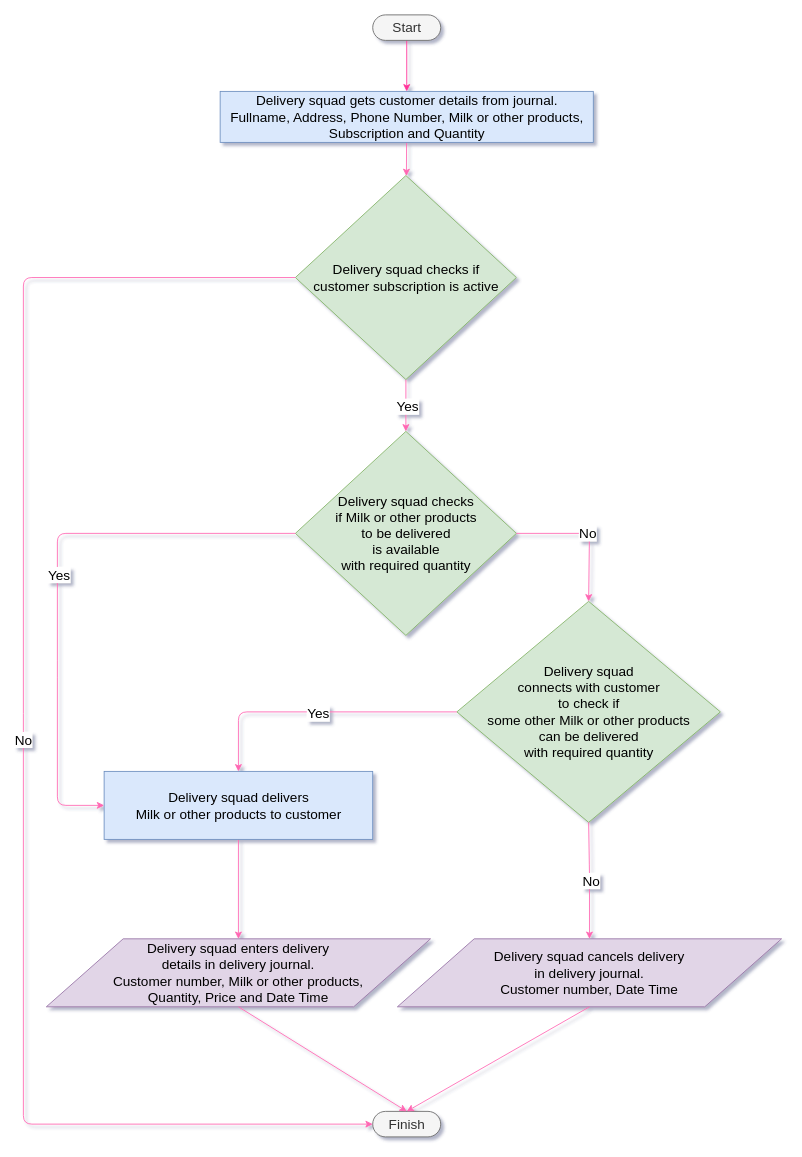
The draw.io diagram docs/diagram/delivery_process.drawio in dudhwalas/dudhwala, before the edit. Source tidied: cells renumbered, new cells numbered last; positions are measured from the earlier drawing's top-left corner, leaving out a move shared by most shapes. Both pictures are drawn from the tidied source at 85%, with x=0, y=0 at pixel (23, 14).
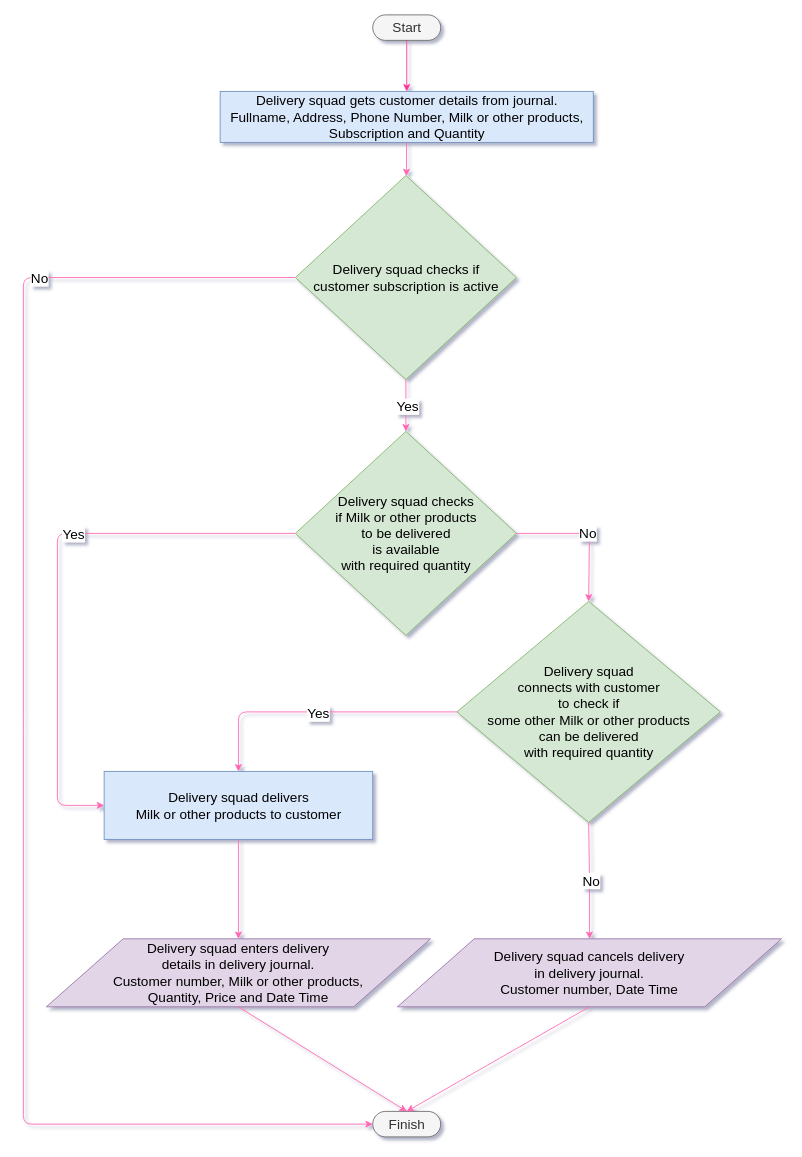
After the change.

Commit message (it also covers changes not shown here):
Aligned decision yes/no text

The change refers to these unchanged cells:
```xml
<mxCell id="6" value="&lt;span class=&quot;nodeLabel&quot; style=&quot;font-size: 16px;&quot;&gt;Delivery squad checks if &lt;br style=&quot;font-size: 16px;&quot;&gt;customer subscription is active&lt;/span&gt;" style="shape=rhombus;html=1;dashed=0;whitespace=wrap;perimeter=rhombusPerimeter;fillColor=#d5e8d4;strokeColor=#82b366;fontSize=16;" parent="1" vertex="1">
  <mxGeometry x="320" y="189" width="260" height="240" as="geometry" />
</mxCell>
<mxCell id="10" value="Finish" style="html=1;dashed=0;whitespace=wrap;shape=mxgraph.dfd.start;fillColor=#f5f5f5;fontColor=#333333;strokeColor=#666666;fontSize=16;" parent="1" vertex="1">
  <mxGeometry x="411" y="1290" width="80" height="30" as="geometry" />
</mxCell>
<mxCell id="16" style="edgeStyle=none;html=1;fontSize=16;exitX=0;exitY=0.5;exitDx=0;exitDy=0;entryX=0;entryY=0.5;entryDx=0;entryDy=0;strokeColor=#FF66B3;" parent="1" edge="1" source="14" target="8">
  <mxGeometry relative="1" as="geometry">
    <Array as="points">
      <mxPoint x="40" y="610" />
      <mxPoint x="40" y="770" />
      <mxPoint x="40" y="930" />
    </Array>
  </mxGeometry>
</mxCell>
```

What changed in the source:
```diff
@@
-    <mxCell id="11" value="No" style="edgeStyle=none;html=1;entryX=0;entryY=0.5;entryDx=0;entryDy=0;entryPerimeter=0;exitX=0;exitY=0.5;exitDx=0;exitDy=0;fontSize=16;strokeColor=#FF66B3;" parent="1" edge="1" source="6" target="10">
+    <mxCell id="11" style="edgeStyle=none;html=1;entryX=0;entryY=0.5;entryDx=0;entryDy=0;entryPerimeter=0;exitX=0;exitY=0.5;exitDx=0;exitDy=0;fontSize=16;strokeColor=#FF66B3;" parent="1" edge="1" source="6" target="10">
       <mxGeometry relative="1" as="geometry">
         <Array as="points">
           <mxPoint y="309" />
           <mxPoint y="832" />
           <mxPoint y="1305" />
         </Array>
       </mxGeometry>
     </mxCell>
+    <mxCell id="27" value="No" style="edgeLabel;html=1;align=center;verticalAlign=middle;fontSize=16;" parent="11" vertex="1">
+      <mxGeometry x="-0.65" relative="1" as="geometry" />
+    </mxCell>
@@
     <mxCell id="17" value="Yes" style="edgeLabel;html=1;align=center;verticalAlign=middle;fontSize=16;" parent="16" vertex="1">
-      <mxGeometry y="1" relative="1" as="geometry" />
+      <mxGeometry x="-0.2" relative="1" as="geometry" />
     </mxCell>
```
